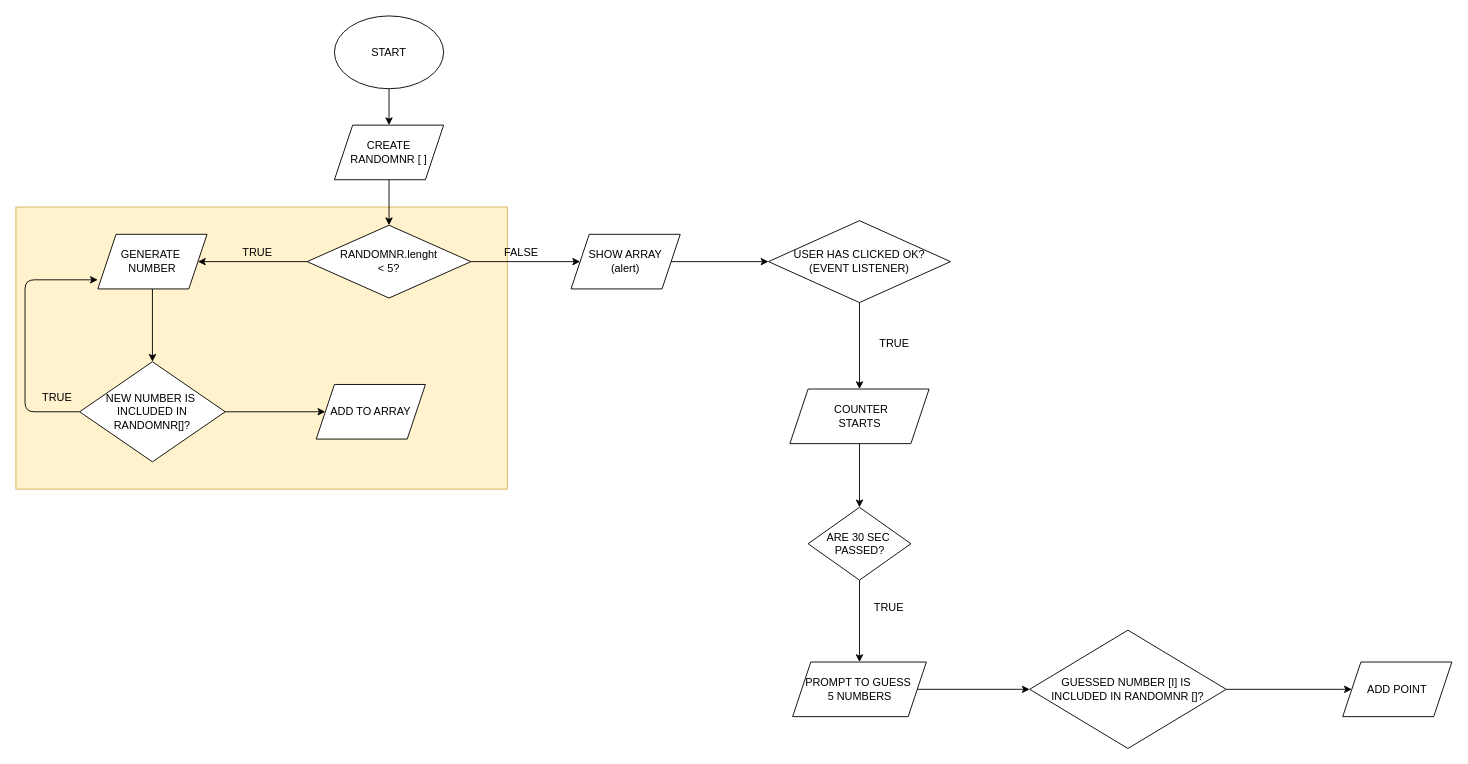
The draw.io diagram Untitled Diagram.drawio in Kriska939/js-simon, before the edit. Source tidied: cells renumbered, new cells numbered last; positions are measured from the earlier drawing's top-left corner, leaving out a move shared by most shapes. Both pictures are drawn from the tidied source at 91%, with x=0, y=0 at pixel (15, 15).
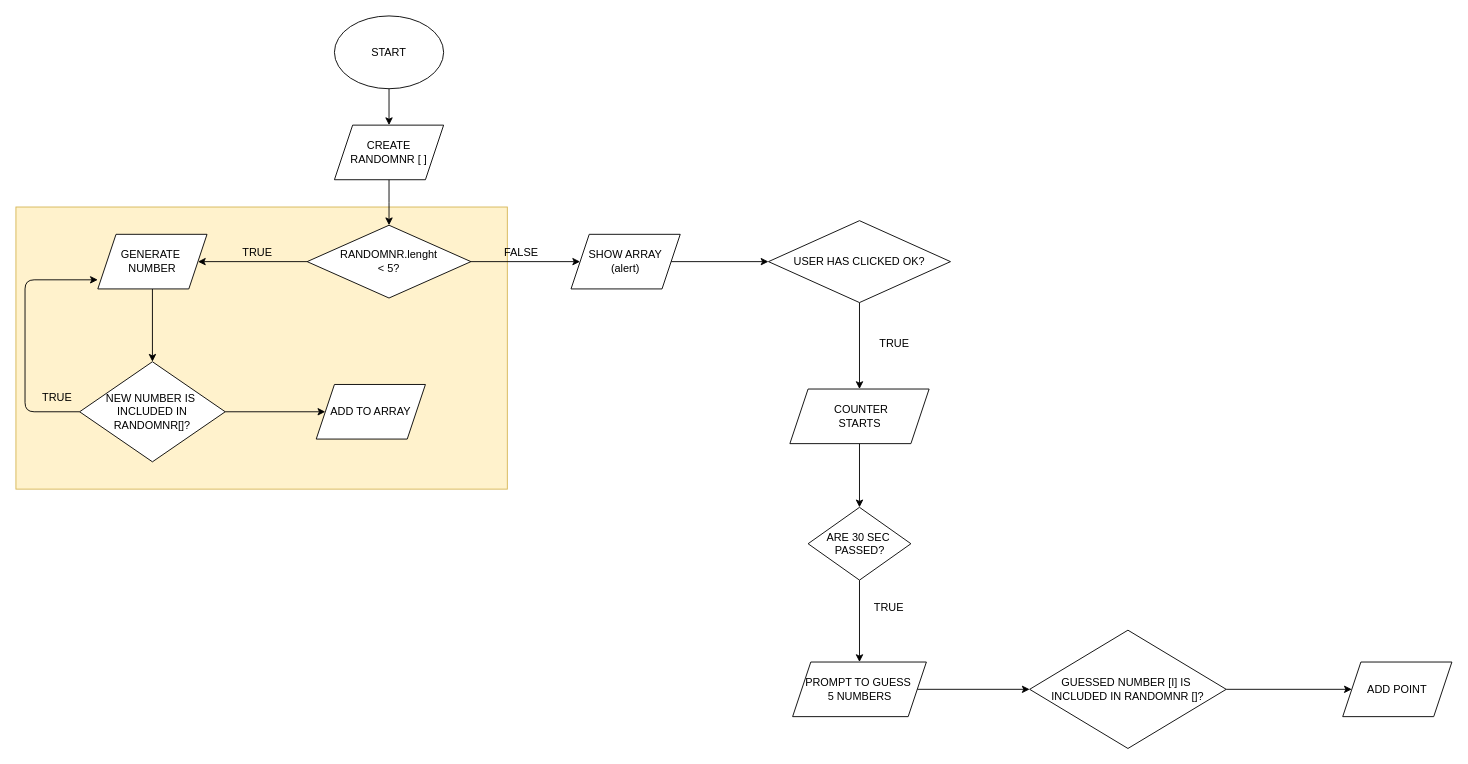
The same page after the edit.

Change to the diagram source:
```diff
@@
-    <mxCell id="22" value="USER HAS CLICKED OK?&lt;br&gt;(EVENT LISTENER)" style="rhombus;whiteSpace=wrap;html=1;" parent="1" vertex="1">
+    <mxCell id="22" value="USER HAS CLICKED OK?&lt;br&gt;" style="rhombus;whiteSpace=wrap;html=1;" parent="1" vertex="1">
       <mxGeometry x="827" y="225" width="200" height="90" as="geometry" />
     </mxCell>
```
